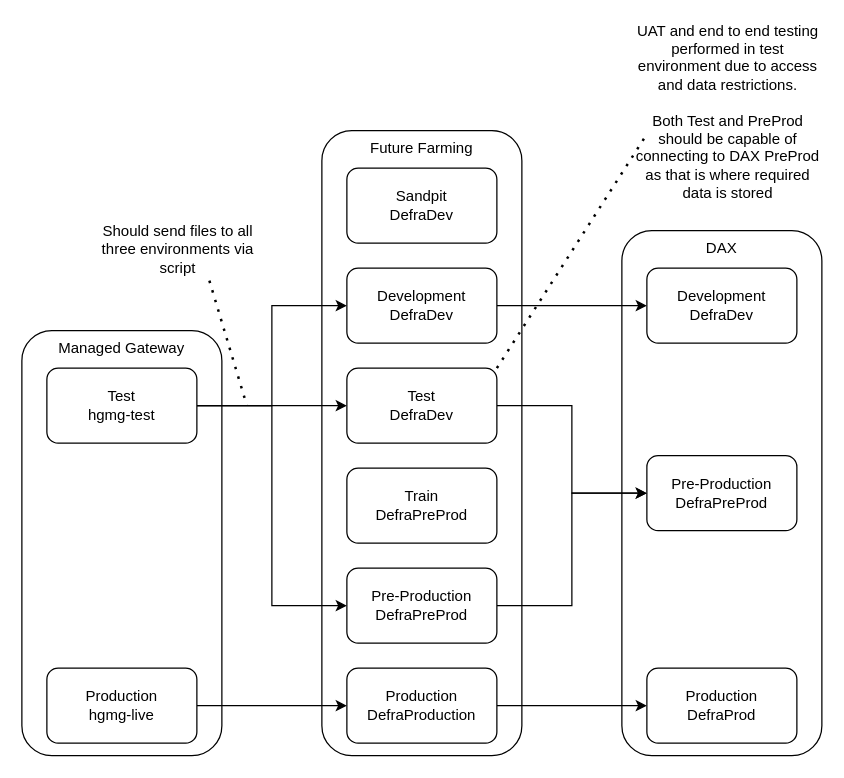
This is dax-integration.drawio from johnwatson484/diagrams, a draw.io file, before an edit. Source tidied: cells renumbered, new cells numbered last; positions are measured from the earlier drawing's top-left corner, leaving out a move shared by most shapes. Both pictures are drawn from the tidied source at 125%, with x=0, y=0 at pixel (21, 92).
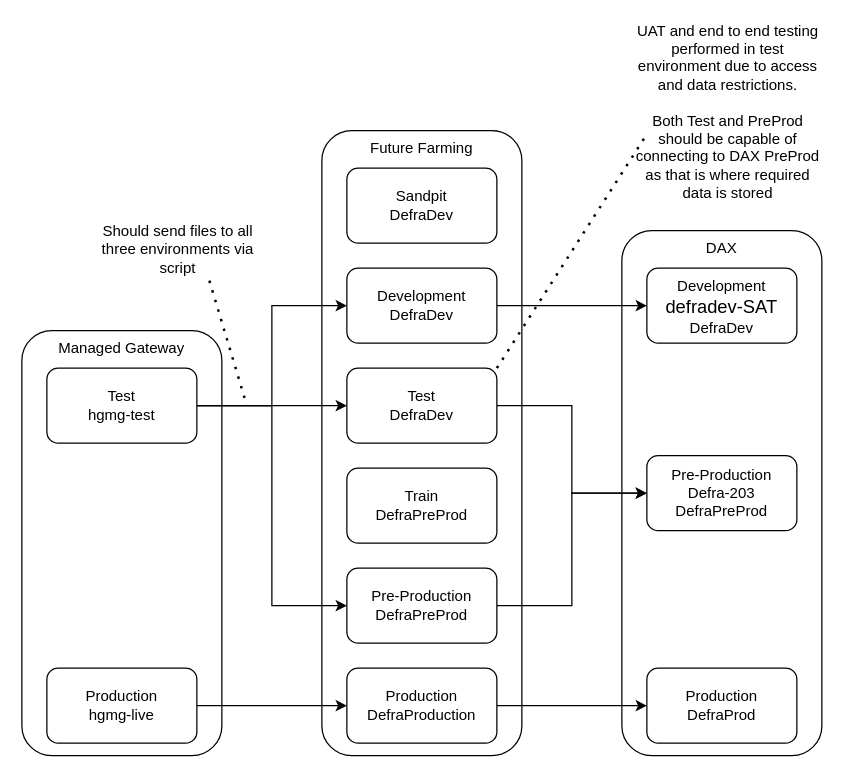
After the change.

The edit, as a diff of the source:
```diff
@@
-    <mxCell id="15" value="Development&lt;br&gt;DefraDev" style="rounded=1;whiteSpace=wrap;html=1;" parent="1" vertex="1">
+    <mxCell id="15" value="Development&lt;font face=&quot;calibri, sans-serif&quot;&gt;&lt;span style=&quot;font-size: 14.6667px&quot;&gt;&lt;br&gt;defradev-SAT&lt;/span&gt;&lt;/font&gt;&lt;br&gt;DefraDev" style="rounded=1;whiteSpace=wrap;html=1;" parent="1" vertex="1">
       <mxGeometry x="500" y="140" width="120" height="60" as="geometry" />
     </mxCell>
-    <mxCell id="16" value="Pre-Production&lt;br&gt;DefraPreProd" style="rounded=1;whiteSpace=wrap;html=1;" parent="1" vertex="1">
+    <mxCell id="16" value="Pre-Production&lt;br&gt;Defra-203&lt;br&gt;DefraPreProd" style="rounded=1;whiteSpace=wrap;html=1;" parent="1" vertex="1">
       <mxGeometry x="500" y="290" width="120" height="60" as="geometry" />
     </mxCell>
```
